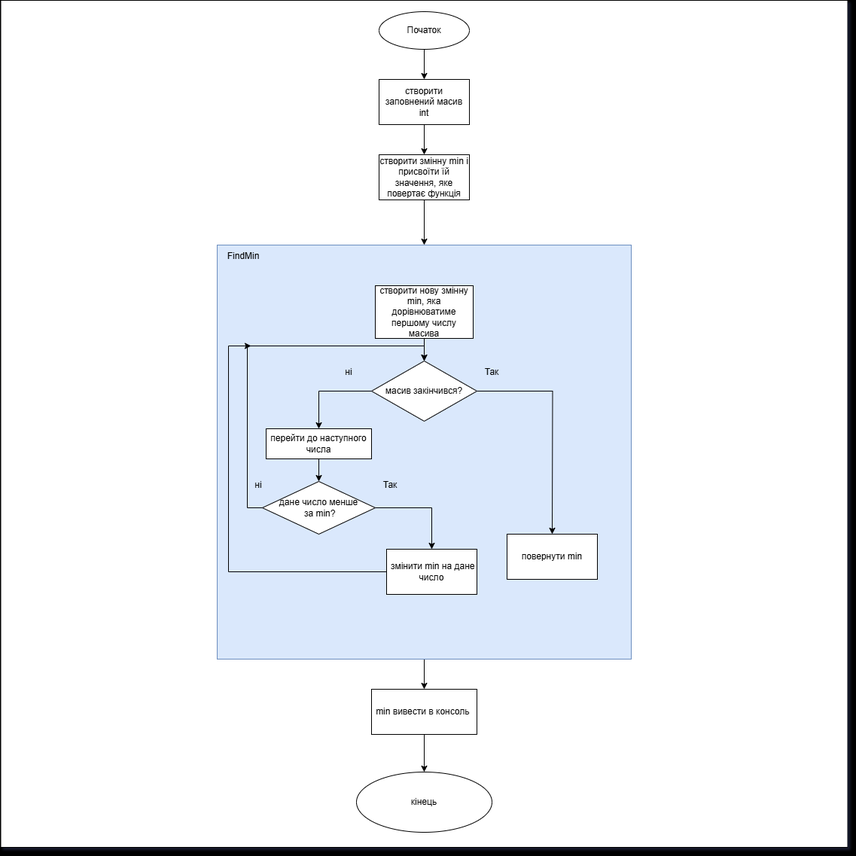
Above: C#/homeworks/homework1(Diagrams)/Diagram1/minInArray.png in cAfton/GIT (draw.io), before the change. Source tidied: cells renumbered, new cells last; positions are measured from the earlier drawing's top-left corner, leaving out a move shared by most shapes. The source it was exported from:
```xml
<mxGraphModel background="light-dark(#FFFFFF,#999999)" shadow="1">
  <root>
    <mxCell id="0" />
    <mxCell id="1" parent="0" />
    <mxCell id="2" style="whiteSpace=wrap;html=1;" parent="1" vertex="1">
      <mxGeometry x="-0.5" width="1125" height="1125" as="geometry" />
    </mxCell>
    <mxCell id="3" style="edgeStyle=orthogonalEdgeStyle;rounded=0;jettySize=auto;html=1;exitX=0.5;exitY=1;exitDx=0;exitDy=0;entryX=0.5;entryY=0;entryDx=0;entryDy=0;" parent="1" edge="1" source="4" target="26">
      <mxGeometry relative="1" as="geometry" />
    </mxCell>
    <mxCell id="4" style="whiteSpace=wrap;html=1;fillColor=#dae8fc;strokeColor=#6c8ebf;" parent="1" vertex="1">
      <mxGeometry x="287" y="325" width="550" height="550" as="geometry" />
    </mxCell>
    <mxCell id="5" style="edgeStyle=orthogonalEdgeStyle;rounded=0;jettySize=auto;html=1;exitX=0.5;exitY=1;exitDx=0;exitDy=0;entryX=0.5;entryY=0;entryDx=0;entryDy=0;" parent="1" edge="1" source="6" target="29">
      <mxGeometry relative="1" as="geometry" />
    </mxCell>
    <mxCell id="6" value="Початок" style="ellipse;whiteSpace=wrap;html=1;" parent="1" vertex="1">
      <mxGeometry x="502" y="15" width="120" height="50" as="geometry" />
    </mxCell>
    <mxCell id="7" style="edgeStyle=orthogonalEdgeStyle;rounded=0;jettySize=auto;html=1;exitX=0.5;exitY=1;exitDx=0;exitDy=0;entryX=0.5;entryY=0;entryDx=0;entryDy=0;" parent="1" edge="1" source="8" target="4">
      <mxGeometry relative="1" as="geometry" />
    </mxCell>
    <mxCell id="8" value="створити змінну min і присвоїти їй значення, яке повертає функція" style="rounded=0;whiteSpace=wrap;html=1;" parent="1" vertex="1">
      <mxGeometry x="502" y="205" width="120" height="60" as="geometry" />
    </mxCell>
    <mxCell id="9" style="edgeStyle=orthogonalEdgeStyle;rounded=0;jettySize=auto;html=1;exitX=0.5;exitY=1;exitDx=0;exitDy=0;entryX=0.5;entryY=0;entryDx=0;entryDy=0;" parent="1" edge="1" source="10" target="13">
      <mxGeometry relative="1" as="geometry" />
    </mxCell>
    <mxCell id="10" value="створити нову змінну min, яка дорівнюватиме першому числу масива" style="rounded=0;whiteSpace=wrap;html=1;" parent="1" vertex="1">
      <mxGeometry x="497" y="379" width="130" height="70" as="geometry" />
    </mxCell>
    <mxCell id="11" style="edgeStyle=orthogonalEdgeStyle;rounded=0;jettySize=auto;html=1;exitX=0;exitY=0.5;exitDx=0;exitDy=0;entryX=0.5;entryY=0;entryDx=0;entryDy=0;" parent="1" edge="1" source="13" target="17">
      <mxGeometry relative="1" as="geometry" />
    </mxCell>
    <mxCell id="12" style="edgeStyle=orthogonalEdgeStyle;rounded=0;jettySize=auto;html=1;exitX=1;exitY=0.5;exitDx=0;exitDy=0;" parent="1" edge="1" source="13">
      <mxGeometry relative="1" as="geometry">
        <mxPoint x="732" y="709" as="targetPoint" />
      </mxGeometry>
    </mxCell>
    <mxCell id="13" value="масив закінчився?" style="rhombus;whiteSpace=wrap;html=1;" parent="1" vertex="1">
      <mxGeometry x="492" y="479" width="140" height="80" as="geometry" />
    </mxCell>
    <mxCell id="14" value="Так" style="text;html=1;align=center;verticalAlign=middle;whiteSpace=wrap;rounded=0;" parent="1" vertex="1">
      <mxGeometry x="622" y="479" width="60" height="30" as="geometry" />
    </mxCell>
    <mxCell id="15" value="ні" style="text;html=1;align=center;verticalAlign=middle;whiteSpace=wrap;rounded=0;" parent="1" vertex="1">
      <mxGeometry x="432" y="479" width="60" height="30" as="geometry" />
    </mxCell>
    <mxCell id="16" style="edgeStyle=orthogonalEdgeStyle;rounded=0;jettySize=auto;html=1;exitX=0.5;exitY=1;exitDx=0;exitDy=0;entryX=0.5;entryY=0;entryDx=0;entryDy=0;" parent="1" edge="1" source="17" target="20">
      <mxGeometry relative="1" as="geometry" />
    </mxCell>
    <mxCell id="17" value="перейти до наступного числа" style="rounded=0;whiteSpace=wrap;html=1;" parent="1" vertex="1">
      <mxGeometry x="352" y="569" width="140" height="40" as="geometry" />
    </mxCell>
    <mxCell id="18" style="edgeStyle=orthogonalEdgeStyle;rounded=0;jettySize=auto;html=1;exitX=1;exitY=0.5;exitDx=0;exitDy=0;" parent="1" edge="1" source="20" target="24">
      <mxGeometry relative="1" as="geometry" />
    </mxCell>
    <mxCell id="19" style="edgeStyle=orthogonalEdgeStyle;rounded=0;jettySize=auto;html=1;exitX=0;exitY=0.5;exitDx=0;exitDy=0;entryX=0.5;entryY=0;entryDx=0;entryDy=0;" parent="1" edge="1" source="20" target="13">
      <mxGeometry relative="1" as="geometry" />
    </mxCell>
    <mxCell id="20" value="дане число менше&lt;div&gt;&amp;nbsp;за min?&lt;/div&gt;" style="rhombus;whiteSpace=wrap;html=1;" parent="1" vertex="1">
      <mxGeometry x="347" y="639" width="150" height="70" as="geometry" />
    </mxCell>
    <mxCell id="21" value="Так" style="text;html=1;align=center;verticalAlign=middle;whiteSpace=wrap;rounded=0;" parent="1" vertex="1">
      <mxGeometry x="487" y="629" width="60" height="30" as="geometry" />
    </mxCell>
    <mxCell id="22" value="ні" style="text;html=1;align=center;verticalAlign=middle;whiteSpace=wrap;rounded=0;" parent="1" vertex="1">
      <mxGeometry x="312" y="629" width="60" height="30" as="geometry" />
    </mxCell>
    <mxCell id="23" style="edgeStyle=orthogonalEdgeStyle;rounded=0;jettySize=auto;html=1;exitX=0;exitY=0.5;exitDx=0;exitDy=0;" parent="1" edge="1" source="24">
      <mxGeometry relative="1" as="geometry">
        <mxPoint x="332" y="459" as="targetPoint" />
        <Array as="points">
          <mxPoint x="302" y="759" />
          <mxPoint x="302" y="459" />
        </Array>
      </mxGeometry>
    </mxCell>
    <mxCell id="24" value="&amp;nbsp;змінити min на дане число" style="rounded=0;whiteSpace=wrap;html=1;" parent="1" vertex="1">
      <mxGeometry x="512" y="729" width="120" height="60" as="geometry" />
    </mxCell>
    <mxCell id="25" style="edgeStyle=orthogonalEdgeStyle;rounded=0;jettySize=auto;html=1;exitX=0.5;exitY=1;exitDx=0;exitDy=0;entryX=0.5;entryY=0;entryDx=0;entryDy=0;" parent="1" edge="1" source="26" target="27">
      <mxGeometry relative="1" as="geometry" />
    </mxCell>
    <mxCell id="26" value="min вивести в консоль&amp;nbsp;" style="rounded=0;whiteSpace=wrap;html=1;" parent="1" vertex="1">
      <mxGeometry x="492" y="915" width="140" height="60" as="geometry" />
    </mxCell>
    <mxCell id="27" value="кінець" style="ellipse;whiteSpace=wrap;html=1;" parent="1" vertex="1">
      <mxGeometry x="472" y="1025" width="180" height="80" as="geometry" />
    </mxCell>
    <mxCell id="28" style="edgeStyle=orthogonalEdgeStyle;rounded=0;jettySize=auto;html=1;exitX=0.5;exitY=1;exitDx=0;exitDy=0;entryX=0.5;entryY=0;entryDx=0;entryDy=0;" parent="1" edge="1" source="29" target="8">
      <mxGeometry relative="1" as="geometry" />
    </mxCell>
    <mxCell id="29" value="створити заповнений масив int" style="rounded=0;whiteSpace=wrap;html=1;" parent="1" vertex="1">
      <mxGeometry x="502" y="105" width="120" height="60" as="geometry" />
    </mxCell>
    <mxCell id="30" value="FindMin" style="text;html=1;align=center;verticalAlign=middle;whiteSpace=wrap;rounded=0;" parent="1" vertex="1">
      <mxGeometry x="292" y="325" width="60" height="30" as="geometry" />
    </mxCell>
    <mxCell id="31" value="повернути min" style="rounded=0;whiteSpace=wrap;html=1;" parent="1" vertex="1">
      <mxGeometry x="672" y="709" width="120" height="60" as="geometry" />
    </mxCell>
  </root>
</mxGraphModel>
```
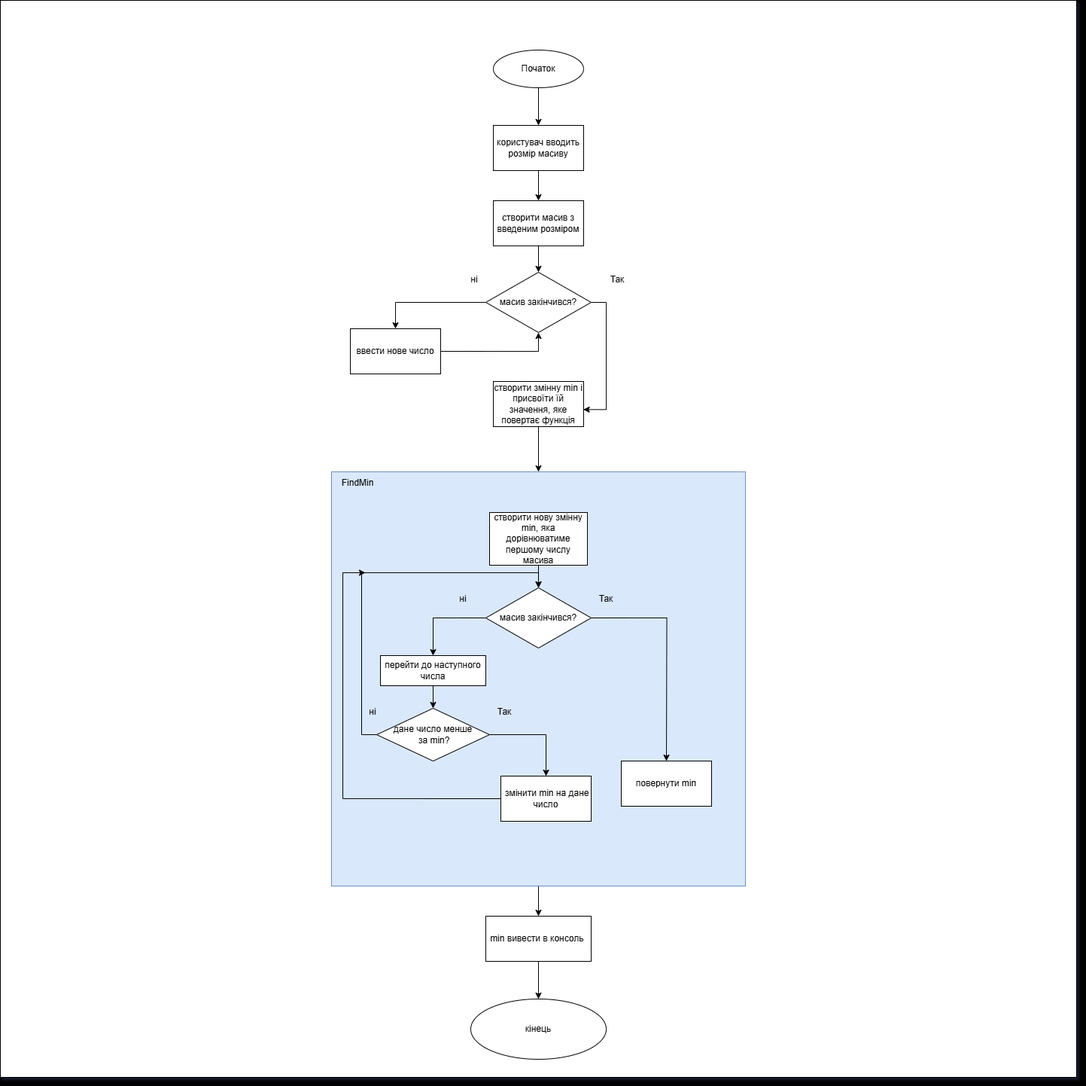
Above is the later version.

Change to the diagram source:
```diff
@@ -3,7 +3,7 @@
     <mxCell id="0" />
     <mxCell id="1" parent="0" />
     <mxCell id="2" style="whiteSpace=wrap;html=1;" parent="1" vertex="1">
-      <mxGeometry x="-0.5" width="1125" height="1125" as="geometry" />
+      <mxGeometry x="-153" y="-301" width="1430" height="1430" as="geometry" />
     </mxCell>
     <mxCell id="3" style="edgeStyle=orthogonalEdgeStyle;rounded=0;jettySize=auto;html=1;exitX=0.5;exitY=1;exitDx=0;exitDy=0;entryX=0.5;entryY=0;entryDx=0;entryDy=0;" parent="1" edge="1" source="4" target="26">
       <mxGeometry relative="1" as="geometry" />
@@ -15,7 +15,7 @@
       <mxGeometry relative="1" as="geometry" />
     </mxCell>
     <mxCell id="6" value="Початок" style="ellipse;whiteSpace=wrap;html=1;" parent="1" vertex="1">
-      <mxGeometry x="502" y="15" width="120" height="50" as="geometry" />
+      <mxGeometry x="502" y="-235" width="120" height="50" as="geometry" />
     </mxCell>
     <mxCell id="7" style="edgeStyle=orthogonalEdgeStyle;rounded=0;jettySize=auto;html=1;exitX=0.5;exitY=1;exitDx=0;exitDy=0;entryX=0.5;entryY=0;entryDx=0;entryDy=0;" parent="1" edge="1" source="8" target="4">
       <mxGeometry relative="1" as="geometry" />
@@ -88,11 +88,11 @@
     <mxCell id="27" value="кінець" style="ellipse;whiteSpace=wrap;html=1;" parent="1" vertex="1">
       <mxGeometry x="472" y="1025" width="180" height="80" as="geometry" />
     </mxCell>
-    <mxCell id="28" style="edgeStyle=orthogonalEdgeStyle;rounded=0;jettySize=auto;html=1;exitX=0.5;exitY=1;exitDx=0;exitDy=0;entryX=0.5;entryY=0;entryDx=0;entryDy=0;" parent="1" edge="1" source="29" target="8">
-      <mxGeometry relative="1" as="geometry" />
-    </mxCell>
+    <mxCell id="32" style="edgeStyle=orthogonalEdgeStyle;rounded=0;jettySize=auto;html=1;exitX=0.5;exitY=1;exitDx=0;exitDy=0;entryX=0.5;entryY=0;entryDx=0;entryDy=0;" parent="1" edge="1" source="29" target="34">
+      <mxGeometry relative="1" as="geometry" />
+    </mxCell>
-    <mxCell id="29" value="створити заповнений масив int" style="rounded=0;whiteSpace=wrap;html=1;" parent="1" vertex="1">
-      <mxGeometry x="502" y="105" width="120" height="60" as="geometry" />
+    <mxCell id="29" value="користувач вводить розмір масиву" style="rounded=0;whiteSpace=wrap;html=1;" parent="1" vertex="1">
+      <mxGeometry x="502" y="-135" width="120" height="60" as="geometry" />
     </mxCell>
     <mxCell id="30" value="FindMin" style="text;html=1;align=center;verticalAlign=middle;whiteSpace=wrap;rounded=0;" parent="1" vertex="1">
       <mxGeometry x="292" y="325" width="60" height="30" as="geometry" />
@@ -100,5 +100,32 @@
     <mxCell id="31" value="повернути min" style="rounded=0;whiteSpace=wrap;html=1;" parent="1" vertex="1">
       <mxGeometry x="672" y="709" width="120" height="60" as="geometry" />
     </mxCell>
+    <mxCell id="33" style="edgeStyle=orthogonalEdgeStyle;rounded=0;jettySize=auto;html=1;exitX=0.5;exitY=1;exitDx=0;exitDy=0;entryX=0.5;entryY=0;entryDx=0;entryDy=0;" parent="1" edge="1" source="34" target="36">
+      <mxGeometry relative="1" as="geometry" />
+    </mxCell>
+    <mxCell id="34" value="створити масив з введеним розміром" style="rounded=0;whiteSpace=wrap;html=1;" parent="1" vertex="1">
+      <mxGeometry x="502" y="-35" width="120" height="60" as="geometry" />
+    </mxCell>
+    <mxCell id="35" style="edgeStyle=orthogonalEdgeStyle;rounded=0;jettySize=auto;html=1;exitX=0;exitY=0.5;exitDx=0;exitDy=0;entryX=0.5;entryY=0;entryDx=0;entryDy=0;" parent="1" edge="1" source="36" target="40">
+      <mxGeometry relative="1" as="geometry" />
+    </mxCell>
+    <mxCell id="36" value="масив закінчився?" style="rhombus;whiteSpace=wrap;html=1;" parent="1" vertex="1">
+      <mxGeometry x="492" y="60" width="140" height="80" as="geometry" />
+    </mxCell>
+    <mxCell id="37" value="Так" style="text;html=1;align=center;verticalAlign=middle;whiteSpace=wrap;rounded=0;" parent="1" vertex="1">
+      <mxGeometry x="637" y="55" width="60" height="30" as="geometry" />
+    </mxCell>
+    <mxCell id="38" value="ні" style="text;html=1;align=center;verticalAlign=middle;whiteSpace=wrap;rounded=0;" parent="1" vertex="1">
+      <mxGeometry x="447" y="55" width="60" height="30" as="geometry" />
+    </mxCell>
+    <mxCell id="39" style="edgeStyle=orthogonalEdgeStyle;rounded=0;jettySize=auto;html=1;exitX=1;exitY=0.5;exitDx=0;exitDy=0;entryX=0.5;entryY=1;entryDx=0;entryDy=0;" parent="1" edge="1" source="40" target="36">
+      <mxGeometry relative="1" as="geometry" />
+    </mxCell>
+    <mxCell id="40" value="ввести нове число" style="rounded=0;whiteSpace=wrap;html=1;" parent="1" vertex="1">
+      <mxGeometry x="312" y="135" width="120" height="60" as="geometry" />
+    </mxCell>
+    <mxCell id="41" style="edgeStyle=orthogonalEdgeStyle;rounded=0;jettySize=auto;html=1;exitX=1;exitY=0.5;exitDx=0;exitDy=0;entryX=0.997;entryY=0.622;entryDx=0;entryDy=0;entryPerimeter=0;" parent="1" edge="1" source="36" target="8">
+      <mxGeometry relative="1" as="geometry" />
+    </mxCell>
   </root>
 </mxGraphModel>
```
